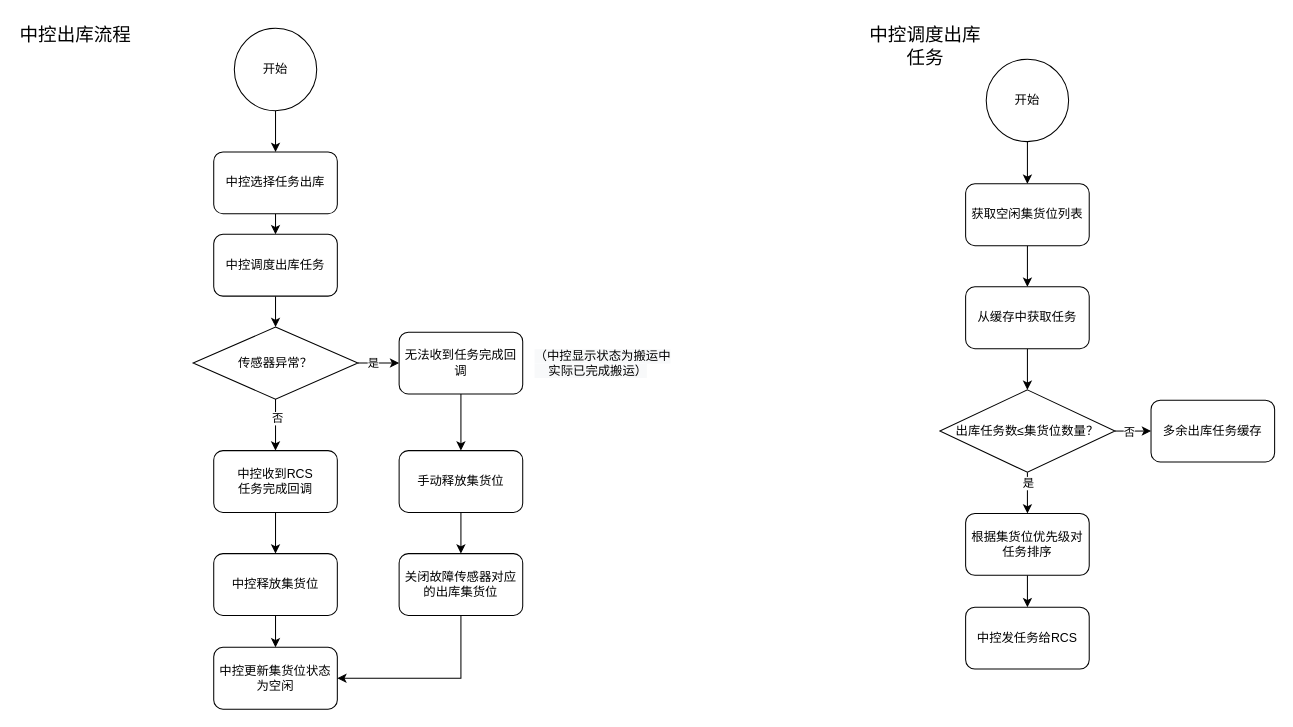
FrankKirin/PM_works keeps this draw.io diagram as 威海HP传感器CR流程图.drawio. Above is the earlier version. Source tidied: cells renumbered, new cells numbered last; positions are measured from the earlier drawing's top-left corner, leaving out a move shared by most shapes. Both pictures are drawn from the tidied source at 103%, with x=0, y=0 at pixel (18, 18).
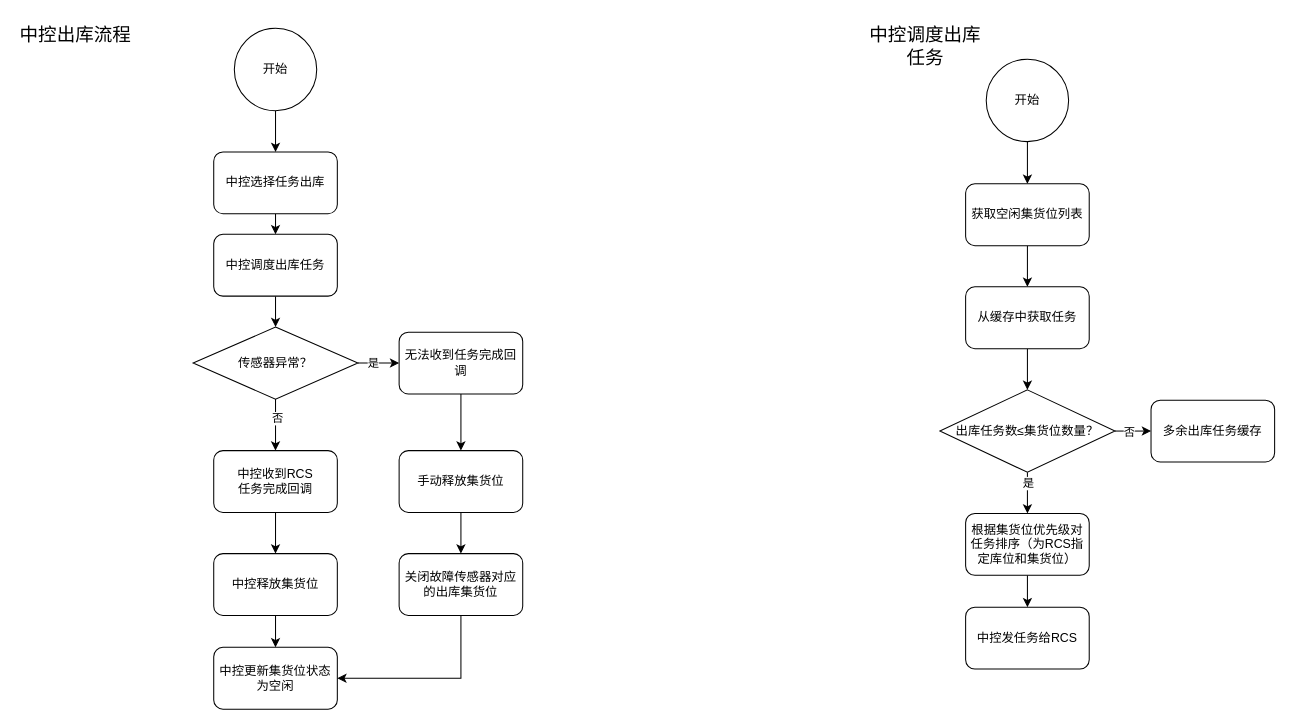
Above is the later version.

Commit message:
Update 威海HP传感器CR流程图.drawio

The edit, as a diff of the source:
```diff
@@
-    <mxCell id="21" value="根据集货位优先级对任务排序" style="rounded=1;whiteSpace=wrap;html=1;" parent="1" vertex="1">
+    <mxCell id="21" value="根据集货位优先级对任务排序（为RCS指定库位和集货位）" style="rounded=1;whiteSpace=wrap;html=1;" parent="1" vertex="1">
       <mxGeometry x="920" y="481" width="120" height="60" as="geometry" />
     </mxCell>
@@
-    <mxCell id="40" value="&lt;span style=&quot;color: rgb(0 , 0 , 0) ; font-family: &amp;#34;helvetica&amp;#34; ; font-size: 12px ; font-style: normal ; font-weight: 400 ; letter-spacing: normal ; text-align: center ; text-indent: 0px ; text-transform: none ; word-spacing: 0px ; background-color: rgb(248 , 249 , 250) ; display: inline ; float: none&quot;&gt;（中控显示状态为搬运中&lt;br&gt;&amp;nbsp; &amp;nbsp; 实际已完成搬运）&lt;/span&gt;" style="text;whiteSpace=wrap;html=1;" parent="1" vertex="1">
-      <mxGeometry x="500" y="314.5" width="170" height="41" as="geometry" />
-    </mxCell>
```
